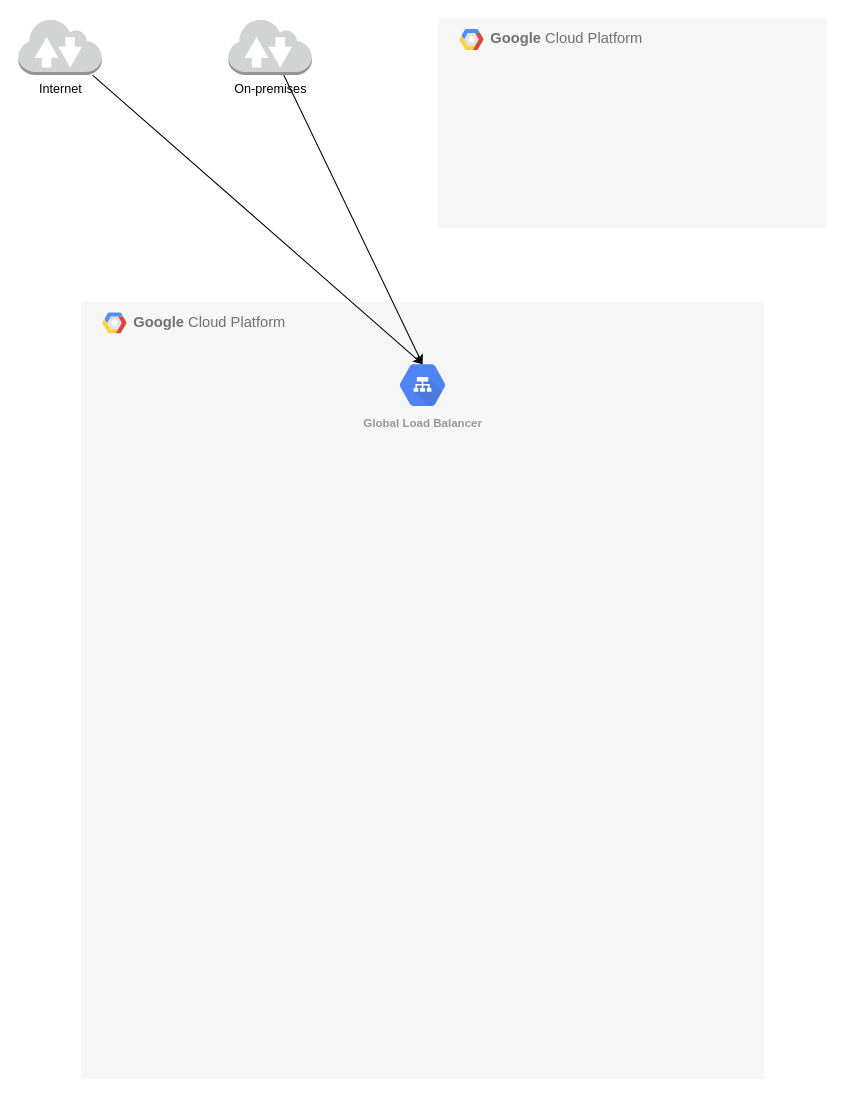
Above: apigee/apigee.drawio in FFerrinho/terraform_modules_gcp (draw.io), before the change. Source tidied: cells renumbered, new cells numbered last; positions are measured from the earlier drawing's top-left corner, leaving out a move shared by most shapes. Both pictures are drawn from the tidied source at 105%, with x=0, y=0 at pixel (18, 18). Pictures stored in the file or linked from it are replaced by grey dashed boxes.
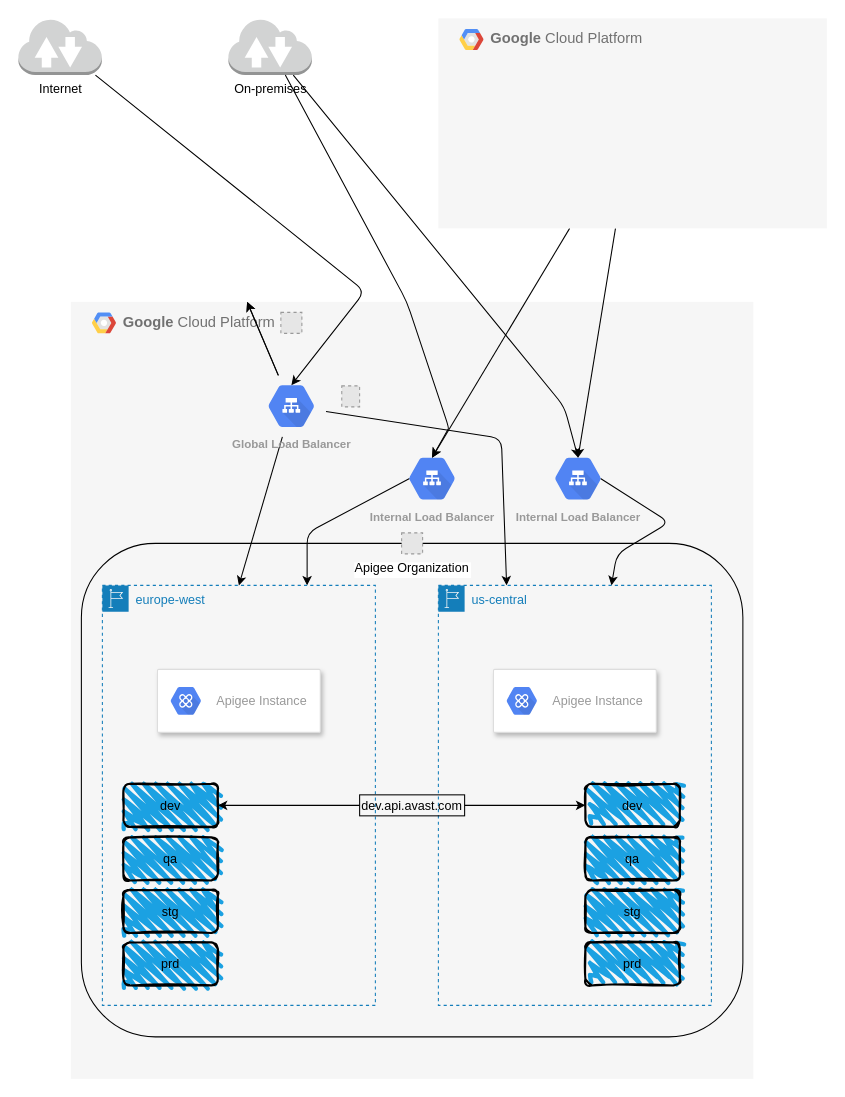
Above is the later version.

The change refers to these unchanged cells:
```xml
<mxCell id="5" value="On-premises" style="outlineConnect=0;dashed=0;verticalLabelPosition=bottom;verticalAlign=top;align=center;html=1;shape=mxgraph.aws3.internet_2;fillColor=#D2D3D3;gradientColor=none;" parent="1" vertex="1">
  <mxGeometry x="200" width="79.5" height="54" as="geometry" />
</mxCell>
<mxCell id="6" value="Internet" style="outlineConnect=0;dashed=0;verticalLabelPosition=bottom;verticalAlign=top;align=center;html=1;shape=mxgraph.aws3.internet_2;fillColor=#D2D3D3;gradientColor=none;" parent="1" vertex="1">
  <mxGeometry width="79.5" height="54" as="geometry" />
</mxCell>
<mxCell id="7" value="&lt;b&gt;Google &lt;/b&gt;Cloud Platform" style="fillColor=#F6F6F6;strokeColor=none;shadow=0;gradientColor=none;fontSize=14;align=left;spacing=10;fontColor=#717171;9E9E9E;verticalAlign=top;spacingTop=-4;fontStyle=0;spacingLeft=40;html=1;" parent="1" vertex="1">
  <mxGeometry x="400" width="370" height="200" as="geometry" />
</mxCell>
```

The edit, as a diff of the source:
```diff
@@
     <mxCell id="2" value="&lt;b&gt;Google &lt;/b&gt;Cloud Platform" style="fillColor=#F6F6F6;strokeColor=none;shadow=0;gradientColor=none;fontSize=14;align=left;spacing=10;fontColor=#717171;9E9E9E;verticalAlign=top;spacingTop=-4;fontStyle=0;spacingLeft=40;html=1;" parent="1" vertex="1">
-      <mxGeometry x="60" y="270" width="650" height="740" as="geometry" />
+      <mxGeometry x="50" y="270" width="650" height="740" as="geometry" />
     </mxCell>
+    <mxCell id="11" style="rounded=1;whiteSpace=wrap;html=1;fillStyle=zigzag;fontColor=#000000;strokeColor=#000000;fillColor=none;" parent="2" vertex="1">
+      <mxGeometry x="10" y="230" width="630" height="470" as="geometry" />
+    </mxCell>
@@
+    <mxCell id="12" style="edgeStyle=none;html=1;" parent="2" edge="1" source="4" target="2">
+      <mxGeometry relative="1" as="geometry" />
+    </mxCell>
+    <mxCell id="13" style="edgeStyle=none;html=1;" parent="2" edge="1" source="4" target="2">
+      <mxGeometry relative="1" as="geometry" />
+    </mxCell>
+    <mxCell id="14" style="edgeStyle=none;rounded=1;jumpStyle=none;html=1;entryX=0.5;entryY=0;entryDx=0;entryDy=0;fontColor=#000000;strokeColor=#000000;" parent="2" edge="1" source="4" target="20">
+      <mxGeometry relative="1" as="geometry" />
+    </mxCell>
+    <mxCell id="15" style="edgeStyle=none;rounded=1;jumpStyle=none;html=1;entryX=0.25;entryY=0;entryDx=0;entryDy=0;fontColor=#000000;strokeColor=#000000;" parent="2" edge="1" source="4" target="32">
+      <mxGeometry relative="1" as="geometry">
+        <Array as="points">
+          <mxPoint x="410" y="130" />
+        </Array>
+      </mxGeometry>
+    </mxCell>
     <mxCell id="4" value="Global Load Balancer" style="sketch=0;html=1;fillColor=#5184F3;strokeColor=none;verticalAlign=top;labelPosition=center;verticalLabelPosition=bottom;align=center;spacingTop=-6;fontSize=11;fontStyle=1;fontColor=#999999;shape=mxgraph.gcp2.hexIcon;prIcon=cloud_load_balancing;" parent="2" vertex="1">
-      <mxGeometry x="292" y="50" width="66" height="58.5" as="geometry" />
+      <mxGeometry x="177" y="70" width="66" height="58.5" as="geometry" />
     </mxCell>
+    <mxCell id="16" style="edgeStyle=none;html=1;entryX=0.75;entryY=0;entryDx=0;entryDy=0;strokeColor=#000000;exitX=0.175;exitY=0.5;exitDx=0;exitDy=0;exitPerimeter=0;rounded=1;jumpStyle=arc;" parent="2" edge="1" source="17" target="20">
+      <mxGeometry relative="1" as="geometry">
+        <Array as="points">
+          <mxPoint x="225" y="220" />
+        </Array>
+      </mxGeometry>
+    </mxCell>
+    <mxCell id="17" value="Internal&amp;nbsp;Load Balancer" style="sketch=0;html=1;fillColor=#5184F3;strokeColor=none;verticalAlign=top;labelPosition=center;verticalLabelPosition=bottom;align=center;spacingTop=-6;fontSize=11;fontStyle=1;fontColor=#999999;shape=mxgraph.gcp2.hexIcon;prIcon=cloud_load_balancing;" parent="2" vertex="1">
+      <mxGeometry x="311" y="139" width="66" height="58.5" as="geometry" />
+    </mxCell>
+    <mxCell id="18" style="fillColor=#E6E6E6;strokeColor=#999999;dashed=1;verticalLabelPosition=bottom;labelBackgroundColor=#ffffff;verticalAlign=top;" parent="2" vertex="1">
+      <mxGeometry x="200" y="10" width="20" height="20" as="geometry" />
+    </mxCell>
+    <mxCell id="19" style="fillColor=#E6E6E6;strokeColor=#999999;dashed=1;verticalLabelPosition=bottom;labelBackgroundColor=#ffffff;verticalAlign=top;" parent="2" vertex="1">
+      <mxGeometry x="258" y="80" width="17" height="20" as="geometry" />
+    </mxCell>
+    <mxCell id="20" value="europe-west" style="points=[[0,0],[0.25,0],[0.5,0],[0.75,0],[1,0],[1,0.25],[1,0.5],[1,0.75],[1,1],[0.75,1],[0.5,1],[0.25,1],[0,1],[0,0.75],[0,0.5],[0,0.25]];outlineConnect=0;gradientColor=none;html=1;whiteSpace=wrap;fontSize=12;fontStyle=0;shape=mxgraph.aws4.group;grIcon=mxgraph.aws4.group_region;strokeColor=#147EBA;fillColor=none;verticalAlign=top;align=left;spacingLeft=30;fontColor=#147EBA;dashed=1;" parent="2" vertex="1">
+      <mxGeometry x="30" y="270" width="260" height="400" as="geometry" />
+    </mxCell>
+    <mxCell id="21" style="strokeColor=#dddddd;shadow=1;strokeWidth=1;rounded=1;absoluteArcSize=1;arcSize=2;" parent="20" vertex="1">
+      <mxGeometry x="52.5" y="80" width="155" height="60" as="geometry" />
+    </mxCell>
+    <mxCell id="22" value="Apigee Instance" style="sketch=0;dashed=0;html=1;fillColor=#5184F3;strokeColor=none;shape=mxgraph.gcp2.hexIcon;prIcon=apigee_api_platform;labelPosition=right;verticalLabelPosition=middle;align=left;verticalAlign=middle;spacingLeft=5;fontColor=#999999;fontSize=12;" parent="21" vertex="1">
+      <mxGeometry y="0.5" width="44" height="39" relative="1" as="geometry">
+        <mxPoint x="5" y="-19.5" as="offset" />
+      </mxGeometry>
+    </mxCell>
+    <mxCell id="23" value="&lt;font color=&quot;#000000&quot;&gt;qa&lt;/font&gt;" style="rounded=1;whiteSpace=wrap;html=1;strokeWidth=2;fillWeight=4;hachureGap=8;hachureAngle=45;fillColor=#1ba1e2;sketch=1;fillStyle=zigzag;" parent="20" vertex="1">
+      <mxGeometry x="20" y="240" width="90" height="41" as="geometry" />
+    </mxCell>
+    <mxCell id="24" value="&lt;font color=&quot;#000000&quot;&gt;dev&lt;/font&gt;" style="rounded=1;whiteSpace=wrap;html=1;strokeWidth=2;fillWeight=4;hachureGap=8;hachureAngle=45;fillColor=#1ba1e2;sketch=1;fillStyle=zigzag;" parent="2" vertex="1">
+      <mxGeometry x="50" y="459" width="90" height="41" as="geometry" />
+    </mxCell>
+    <mxCell id="25" value="&lt;font color=&quot;#000000&quot;&gt;stg&lt;/font&gt;" style="rounded=1;whiteSpace=wrap;html=1;strokeWidth=2;fillWeight=4;hachureGap=8;hachureAngle=45;fillColor=#1ba1e2;sketch=1;fillStyle=zigzag;" parent="2" vertex="1">
+      <mxGeometry x="50" y="560" width="90" height="41" as="geometry" />
+    </mxCell>
+    <mxCell id="26" value="&lt;font color=&quot;#000000&quot;&gt;prd&lt;br&gt;&lt;/font&gt;" style="rounded=1;whiteSpace=wrap;html=1;strokeWidth=2;fillWeight=4;hachureGap=8;hachureAngle=45;fillColor=#1ba1e2;sketch=1;fillStyle=zigzag;" parent="2" vertex="1">
+      <mxGeometry x="50" y="610" width="90" height="41" as="geometry" />
+    </mxCell>
+    <mxCell id="27" style="edgeStyle=none;rounded=1;jumpStyle=none;html=1;fontColor=#000000;strokeColor=#000000;exitX=0.825;exitY=0.5;exitDx=0;exitDy=0;exitPerimeter=0;" parent="2" edge="1" source="28" target="32">
+      <mxGeometry relative="1" as="geometry">
+        <Array as="points">
+          <mxPoint x="570" y="210" />
+          <mxPoint x="520" y="240" />
+        </Array>
+      </mxGeometry>
+    </mxCell>
+    <mxCell id="28" value="Internal&amp;nbsp;Load Balancer" style="sketch=0;html=1;fillColor=#5184F3;strokeColor=none;verticalAlign=top;labelPosition=center;verticalLabelPosition=bottom;align=center;spacingTop=-6;fontSize=11;fontStyle=1;fontColor=#999999;shape=mxgraph.gcp2.hexIcon;prIcon=cloud_load_balancing;" parent="2" vertex="1">
+      <mxGeometry x="450" y="139" width="66" height="58.5" as="geometry" />
+    </mxCell>
+    <mxCell id="29" value="&lt;font color=&quot;#000000&quot;&gt;stg&lt;/font&gt;" style="rounded=1;whiteSpace=wrap;html=1;strokeWidth=2;fillWeight=4;hachureGap=8;hachureAngle=45;fillColor=#1ba1e2;sketch=1;fillStyle=zigzag;" parent="2" vertex="1">
+      <mxGeometry x="490" y="560" width="90" height="41" as="geometry" />
+    </mxCell>
+    <mxCell id="30" value="&lt;font color=&quot;#000000&quot;&gt;prd&lt;br&gt;&lt;/font&gt;" style="rounded=1;whiteSpace=wrap;html=1;strokeWidth=2;fillWeight=4;hachureGap=8;hachureAngle=45;fillColor=#1ba1e2;sketch=1;fillStyle=zigzag;" parent="2" vertex="1">
+      <mxGeometry x="490" y="610" width="90" height="41" as="geometry" />
+    </mxCell>
+    <mxCell id="31" value="&lt;font color=&quot;#000000&quot;&gt;dev&lt;/font&gt;" style="rounded=1;whiteSpace=wrap;html=1;strokeWidth=2;fillWeight=4;hachureGap=8;hachureAngle=45;fillColor=#1ba1e2;sketch=1;fillStyle=zigzag;" parent="2" vertex="1">
+      <mxGeometry x="490" y="459" width="90" height="41" as="geometry" />
+    </mxCell>
+    <mxCell id="32" value="us-central" style="points=[[0,0],[0.25,0],[0.5,0],[0.75,0],[1,0],[1,0.25],[1,0.5],[1,0.75],[1,1],[0.75,1],[0.5,1],[0.25,1],[0,1],[0,0.75],[0,0.5],[0,0.25]];outlineConnect=0;gradientColor=none;html=1;whiteSpace=wrap;fontSize=12;fontStyle=0;shape=mxgraph.aws4.group;grIcon=mxgraph.aws4.group_region;strokeColor=#147EBA;fillColor=none;verticalAlign=top;align=left;spacingLeft=30;fontColor=#147EBA;dashed=1;" parent="2" vertex="1">
+      <mxGeometry x="350" y="270" width="260" height="400" as="geometry" />
+    </mxCell>
+    <mxCell id="33" style="strokeColor=#dddddd;shadow=1;strokeWidth=1;rounded=1;absoluteArcSize=1;arcSize=2;" parent="32" vertex="1">
+      <mxGeometry x="52.5" y="80" width="155" height="60" as="geometry" />
+    </mxCell>
+    <mxCell id="34" value="Apigee Instance" style="sketch=0;dashed=0;html=1;fillColor=#5184F3;strokeColor=none;shape=mxgraph.gcp2.hexIcon;prIcon=apigee_api_platform;labelPosition=right;verticalLabelPosition=middle;align=left;verticalAlign=middle;spacingLeft=5;fontColor=#999999;fontSize=12;" parent="33" vertex="1">
+      <mxGeometry y="0.5" width="44" height="39" relative="1" as="geometry">
+        <mxPoint x="5" y="-19.5" as="offset" />
+      </mxGeometry>
+    </mxCell>
+    <mxCell id="35" value="&lt;font color=&quot;#000000&quot;&gt;qa&lt;/font&gt;" style="rounded=1;whiteSpace=wrap;html=1;strokeWidth=2;fillWeight=4;hachureGap=8;hachureAngle=45;fillColor=#1ba1e2;sketch=1;fillStyle=zigzag;" parent="2" vertex="1">
+      <mxGeometry x="490" y="510" width="90" height="41" as="geometry" />
+    </mxCell>
+    <mxCell id="36" style="edgeStyle=none;rounded=1;jumpStyle=arc;html=1;entryX=1;entryY=0.5;entryDx=0;entryDy=0;fontColor=#000000;strokeColor=#000000;" parent="2" edge="1" source="38" target="24">
+      <mxGeometry relative="1" as="geometry" />
+    </mxCell>
+    <mxCell id="37" style="edgeStyle=none;rounded=1;jumpStyle=arc;html=1;entryX=0;entryY=0.5;entryDx=0;entryDy=0;fontColor=#000000;strokeColor=#000000;" parent="2" edge="1" source="38" target="31">
+      <mxGeometry relative="1" as="geometry" />
+    </mxCell>
+    <mxCell id="38" value="dev.api.avast.com" style="rounded=0;whiteSpace=wrap;html=1;fillStyle=zigzag;fontColor=#000000;fillColor=none;strokeColor=#000000;" parent="2" vertex="1">
+      <mxGeometry x="275" y="469.5" width="100" height="20" as="geometry" />
+    </mxCell>
+    <mxCell id="39" value="Apigee Organization" style="fillColor=#E6E6E6;strokeColor=#999999;dashed=1;verticalLabelPosition=bottom;labelBackgroundColor=#ffffff;verticalAlign=top;fontColor=#000000;" parent="2" vertex="1">
+      <mxGeometry x="315" y="220" width="20" height="20" as="geometry" />
+    </mxCell>
+    <mxCell id="40" style="edgeStyle=none;rounded=1;jumpStyle=arc;html=1;entryX=0.5;entryY=0.16;entryDx=0;entryDy=0;entryPerimeter=0;fontColor=#000000;strokeColor=#000000;" parent="1" edge="1" source="5" target="28">
+      <mxGeometry relative="1" as="geometry">
+        <Array as="points">
+          <mxPoint x="520" y="370" />
+        </Array>
+      </mxGeometry>
+    </mxCell>
@@
+    <mxCell id="10" style="edgeStyle=none;rounded=1;jumpStyle=none;html=1;entryX=0.5;entryY=0.16;entryDx=0;entryDy=0;entryPerimeter=0;fontColor=#000000;strokeColor=#000000;" parent="1" edge="1" source="6" target="4">
+      <mxGeometry relative="1" as="geometry">
+        <Array as="points">
+          <mxPoint x="330" y="260" />
+        </Array>
+      </mxGeometry>
+    </mxCell>
@@
+    <mxCell id="41" style="edgeStyle=none;rounded=1;jumpStyle=none;html=1;entryX=0.5;entryY=0.16;entryDx=0;entryDy=0;entryPerimeter=0;fontColor=#000000;strokeColor=#000000;" parent="1" edge="1" source="7" target="17">
+      <mxGeometry relative="1" as="geometry" />
+    </mxCell>
+    <mxCell id="42" style="edgeStyle=none;rounded=1;jumpStyle=none;html=1;entryX=0.5;entryY=0.16;entryDx=0;entryDy=0;entryPerimeter=0;fontColor=#000000;strokeColor=#000000;" parent="1" edge="1" source="7" target="28">
+      <mxGeometry relative="1" as="geometry" />
+    </mxCell>
@@
-    <mxCell id="9" style="edgeStyle=none;jumpStyle=arc;html=1;entryX=0.5;entryY=0.16;entryDx=0;entryDy=0;entryPerimeter=0;strokeColor=#000000;rounded=1;" parent="1" edge="1" source="5" target="4">
-      <mxGeometry relative="1" as="geometry" />
+    <mxCell id="9" style="edgeStyle=none;jumpStyle=arc;html=1;entryX=0.5;entryY=0.16;entryDx=0;entryDy=0;entryPerimeter=0;strokeColor=#000000;rounded=1;" parent="1" edge="1" source="5" target="17">
+      <mxGeometry relative="1" as="geometry">
+        <Array as="points">
+          <mxPoint x="370" y="270" />
+          <mxPoint x="410" y="390" />
+        </Array>
+      </mxGeometry>
     </mxCell>
-    <mxCell id="10" style="edgeStyle=none;html=1;entryX=0.5;entryY=0.16;entryDx=0;entryDy=0;entryPerimeter=0;jumpStyle=arc;strokeColor=#000000;rounded=1;" parent="1" edge="1" source="6" target="4">
-      <mxGeometry relative="1" as="geometry" />
-    </mxCell>
```
